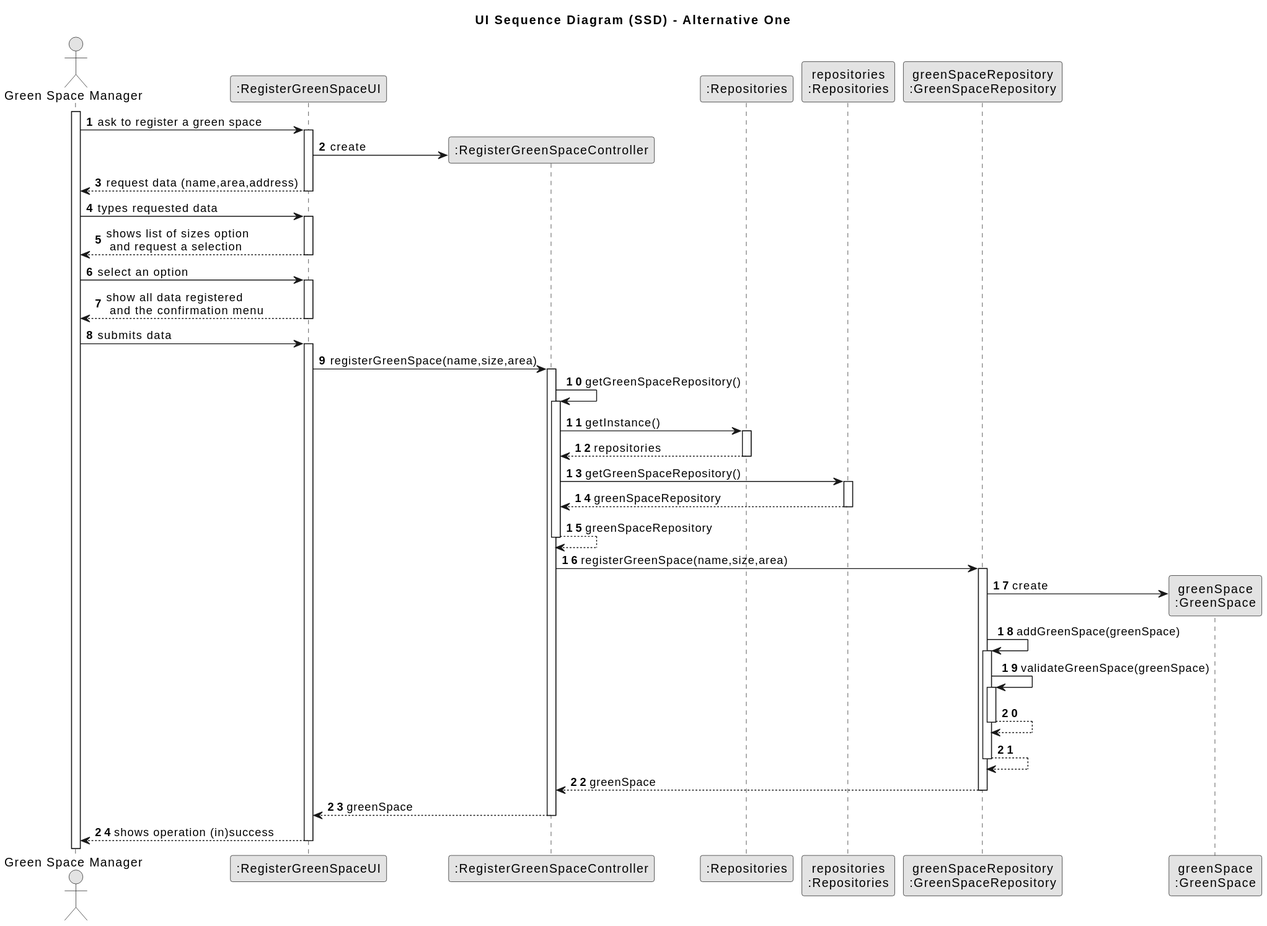
Above: docs/sprintC/us020/03.design/svg/us020-sequence-diagram-full.svg in SAEmanuel/Green_Spaces_Management_ISEP (PlantUML), before the change.
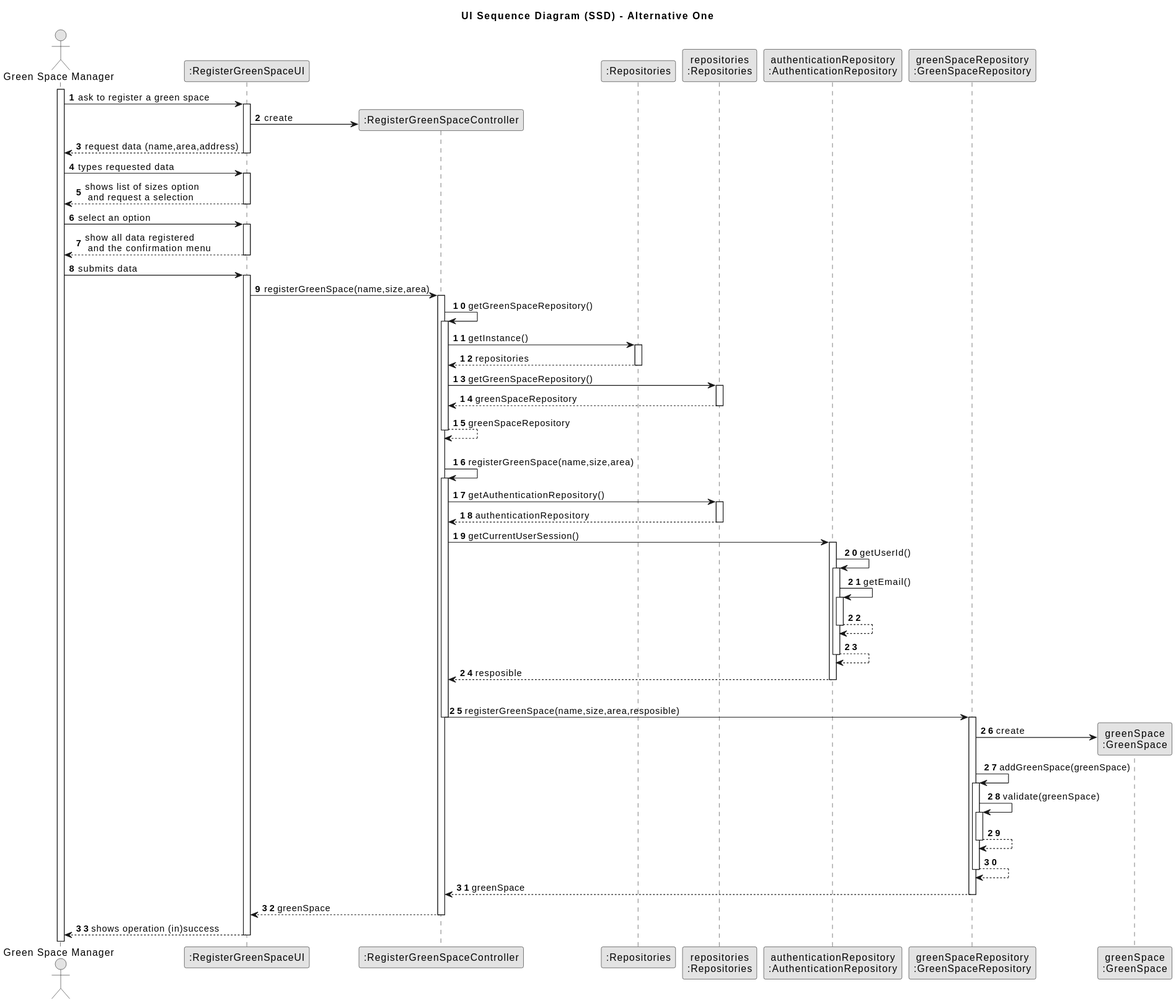
The same diagram one commit later.

The edit, as a diff of the source:
```diff
@@ -12,6 +12,7 @@
 participant ":RegisterGreenSpaceController" as CTRL
 participant ":Repositories" as RepositorySingleton
 participant "repositories\n:Repositories" as PLAT
+participant "authenticationRepository\n:AuthenticationRepository" as authenticationRepository
 participant "greenSpaceRepository\n:GreenSpaceRepository" as greenSpaceRepository
 participant "greenSpace\n:GreenSpace" as EMPREGO
 
@@ -42,7 +43,6 @@
 
     Employee -> UI : submits data
     activate UI
-
     UI -> CTRL : registerGreenSpace(name,size,area)
     activate CTRL
 
@@ -65,8 +65,38 @@
         CTRL --> CTRL : greenSpaceRepository
 
     deactivate CTRL
+    |||
 
-    CTRL -> greenSpaceRepository : registerGreenSpace(name,size,area)
+    CTRL -> CTRL : registerGreenSpace(name,size,area)
+    activate CTRL
+
+        CTRL -> PLAT : getAuthenticationRepository()
+        activate PLAT
+
+        PLAT --> CTRL : authenticationRepository
+        deactivate PLAT
+
+        CTRL -> authenticationRepository : getCurrentUserSession()
+        activate authenticationRepository
+
+            authenticationRepository -> authenticationRepository :getUserId()
+            activate authenticationRepository
+
+                authenticationRepository -> authenticationRepository : getEmail()
+                activate authenticationRepository
+
+                    authenticationRepository --> authenticationRepository
+                deactivate authenticationRepository
+                    authenticationRepository --> authenticationRepository
+
+            deactivate authenticationRepository
+
+            authenticationRepository --> CTRL : resposible
+        deactivate authenticationRepository
+    |||
+            CTRL -> greenSpaceRepository : registerGreenSpace(name,size,area,resposible)
+
+    deactivate CTRL
     activate greenSpaceRepository
 
     greenSpaceRepository -> EMPREGO** : create
@@ -74,7 +104,7 @@
     greenSpaceRepository -> greenSpaceRepository : addGreenSpace(greenSpace)
 
     activate greenSpaceRepository
-    greenSpaceRepository -> greenSpaceRepository : validateGreenSpace(greenSpace)
+    greenSpaceRepository -> greenSpaceRepository : validate(greenSpace)
     activate greenSpaceRepository
     greenSpaceRepository --> greenSpaceRepository
     deactivate greenSpaceRepository
```
